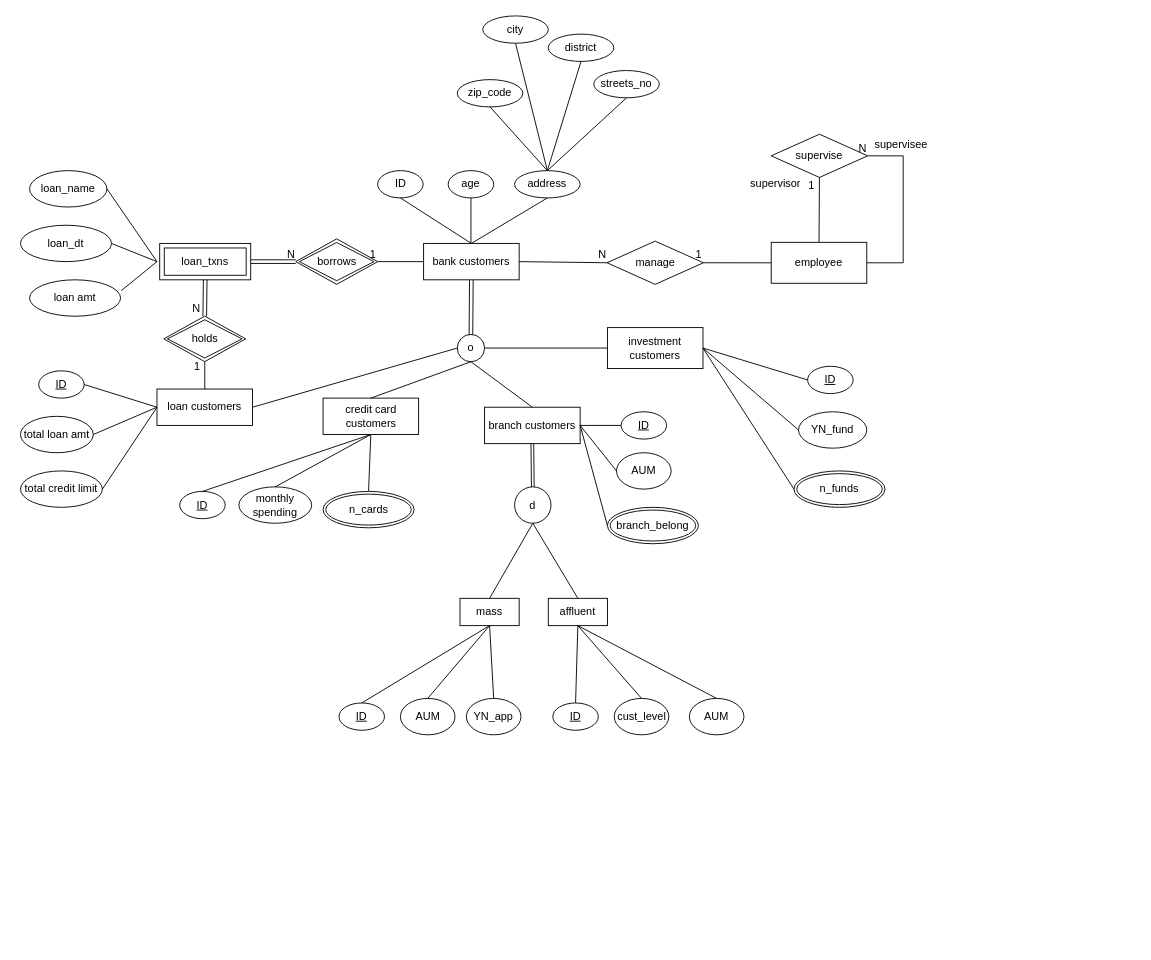
Earlier version of the draw.io diagram Homeworks/hw1.drawio (qqaazz800624/2023_Database_Systems_SQLtoNoSQL). Source tidied: cells renumbered, new cells numbered last; positions are measured from the earlier drawing's top-left corner, leaving out a move shared by most shapes. Both pictures are drawn from the tidied source at 91%, with x=0, y=0 at pixel (20, 15).
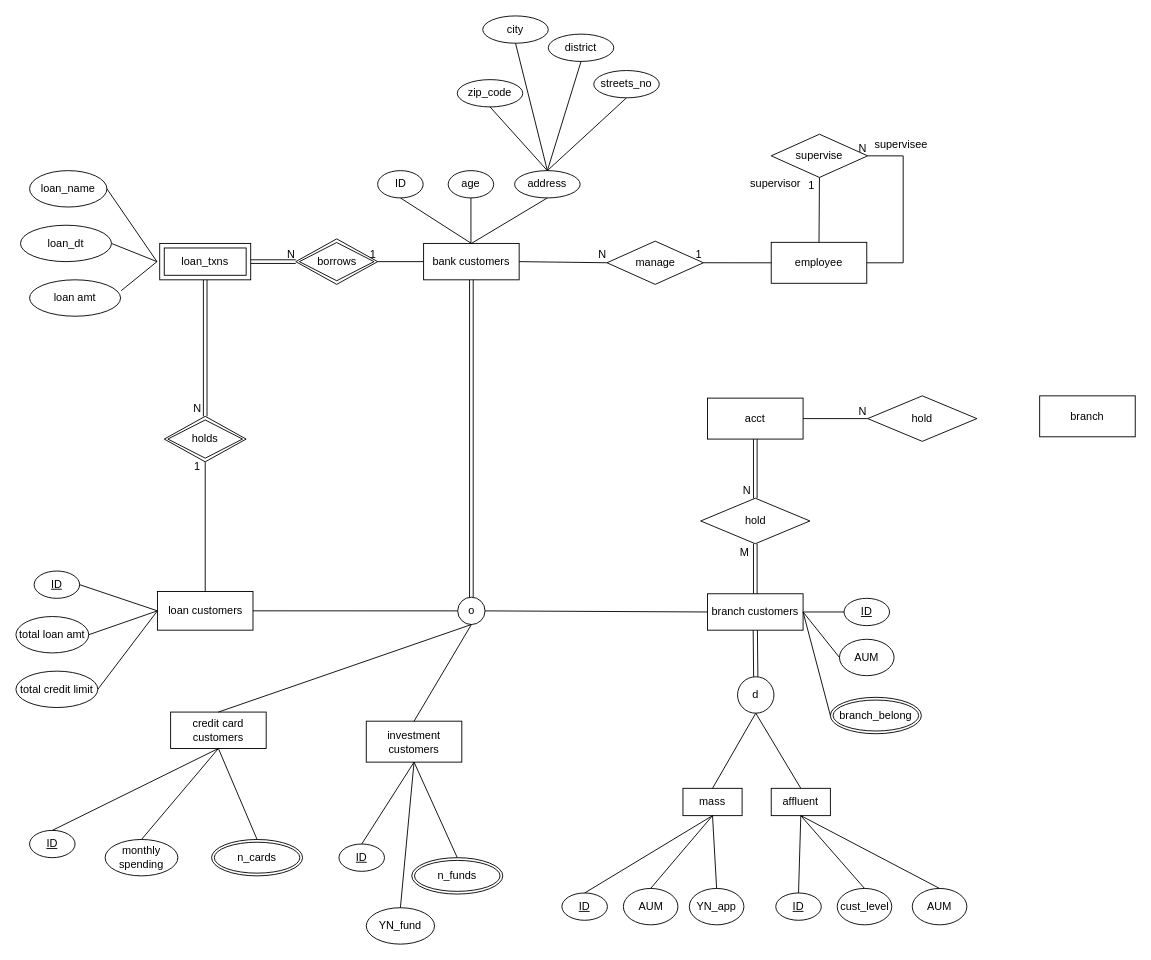
Above is the later version.

Change to the diagram source:
```diff
@@
     <mxCell id="3" value="credit card customers" style="rounded=0;whiteSpace=wrap;html=1;" parent="1" vertex="1">
-      <mxGeometry x="332.5" y="420" width="105" height="40" as="geometry" />
+      <mxGeometry x="165" y="765" width="105" height="40" as="geometry" />
     </mxCell>
     <mxCell id="4" value="branch customers" style="rounded=0;whiteSpace=wrap;html=1;" parent="1" vertex="1">
-      <mxGeometry x="510" y="430" width="105" height="40" as="geometry" />
+      <mxGeometry x="755" y="635" width="105" height="40" as="geometry" />
     </mxCell>
     <mxCell id="5" value="investment customers" style="rounded=0;whiteSpace=wrap;html=1;" parent="1" vertex="1">
-      <mxGeometry x="645" y="342.5" width="105" height="45" as="geometry" />
+      <mxGeometry x="380" y="775" width="105" height="45" as="geometry" />
     </mxCell>
     <mxCell id="6" value="o" style="ellipse;whiteSpace=wrap;html=1;" parent="1" vertex="1">
-      <mxGeometry x="480" y="350" width="30" height="30" as="geometry" />
+      <mxGeometry x="480.5" y="638.8" width="30" height="30" as="geometry" />
     </mxCell>
@@
-    <mxCell id="9" style="endArrow=none;html=1;rounded=0;entryX=0.5;entryY=1;entryDx=0;entryDy=0;exitX=0.5;exitY=0;exitDx=0;exitDy=0;" parent="1" edge="1" source="4" target="6">
-      <mxGeometry relative="1" as="geometry" />
-    </mxCell>
-    <mxCell id="10" style="endArrow=none;html=1;rounded=0;entryX=1;entryY=0.5;entryDx=0;entryDy=0;exitX=0;exitY=0.5;exitDx=0;exitDy=0;" parent="1" edge="1" source="5" target="6">
-      <mxGeometry relative="1" as="geometry" />
-    </mxCell>
@@
     <mxCell id="18" value="d" style="ellipse;whiteSpace=wrap;html=1;" parent="1" vertex="1">
-      <mxGeometry x="543" y="517.5" width="40" height="40" as="geometry" />
+      <mxGeometry x="788" y="726.2" width="40" height="40" as="geometry" />
     </mxCell>
     <mxCell id="19" value="mass" style="rounded=0;whiteSpace=wrap;html=1;" parent="1" vertex="1">
-      <mxGeometry x="483" y="640" width="65" height="30" as="geometry" />
+      <mxGeometry x="728" y="848.8" width="65" height="30" as="geometry" />
     </mxCell>
     <mxCell id="20" value="affluent" style="rounded=0;whiteSpace=wrap;html=1;" parent="1" vertex="1">
-      <mxGeometry x="580" y="640" width="65" height="30" as="geometry" />
+      <mxGeometry x="825" y="848.8" width="65" height="30" as="geometry" />
     </mxCell>
-    <mxCell id="21" style="shape=link;html=1;rounded=0;entryX=0.5;entryY=1;entryDx=0;entryDy=0;exitX=0.5;exitY=0;exitDx=0;exitDy=0;width=-3;" parent="1" edge="1" source="18" target="4">
+    <mxCell id="21" style="shape=link;html=1;rounded=0;entryX=0.5;entryY=1;entryDx=0;entryDy=0;width=4.666666666666666;exitX=0.5;exitY=0;exitDx=0;exitDy=0;" parent="1" edge="1" source="18" target="4">
       <mxGeometry relative="1" as="geometry" />
     </mxCell>
@@
     <mxCell id="24" value="loan customers" style="rounded=0;whiteSpace=wrap;html=1;" parent="1" vertex="1">
-      <mxGeometry x="150" y="410" width="105" height="40" as="geometry" />
+      <mxGeometry x="150.5" y="632.5" width="105" height="42.5" as="geometry" />
     </mxCell>
     <mxCell id="25" value="&lt;u&gt;ID&lt;/u&gt;" style="ellipse;whiteSpace=wrap;html=1;" parent="1" vertex="1">
-      <mxGeometry x="20" y="390" width="50" height="30" as="geometry" />
+      <mxGeometry x="15" y="610" width="50" height="30" as="geometry" />
     </mxCell>
     <mxCell id="26" value="total loan amt" style="ellipse;whiteSpace=wrap;html=1;" parent="1" vertex="1">
-      <mxGeometry y="440" width="80" height="40" as="geometry" />
+      <mxGeometry x="-5" y="660" width="80" height="40" as="geometry" />
     </mxCell>
     <mxCell id="27" value="total credit limit" style="ellipse;whiteSpace=wrap;html=1;" parent="1" vertex="1">
-      <mxGeometry y="500" width="90" height="40" as="geometry" />
+      <mxGeometry x="-5" y="720" width="90" height="40" as="geometry" />
     </mxCell>
@@
     <mxCell id="36" value="&lt;u&gt;ID&lt;/u&gt;" style="ellipse;whiteSpace=wrap;html=1;" parent="1" vertex="1">
-      <mxGeometry x="175" y="522.5" width="50" height="30" as="geometry" />
+      <mxGeometry x="10" y="895" width="50" height="30" as="geometry" />
     </mxCell>
     <mxCell id="37" value="monthly spending" style="ellipse;whiteSpace=wrap;html=1;" parent="1" vertex="1">
-      <mxGeometry x="240" y="517.5" width="80" height="40" as="geometry" />
+      <mxGeometry x="93" y="905" width="80" height="40" as="geometry" />
     </mxCell>
-    <mxCell id="38" style="edgeStyle=orthogonalEdgeStyle;rounded=0;orthogonalLoop=1;jettySize=auto;html=1;exitX=0.5;exitY=1;exitDx=0;exitDy=0;" parent="1" edge="1" source="37" target="37">
-      <mxGeometry relative="1" as="geometry" />
+    <mxCell id="38" style="edgeStyle=orthogonalEdgeStyle;rounded=0;orthogonalLoop=1;jettySize=auto;html=1;exitX=0.5;exitY=1;exitDx=0;exitDy=0;" parent="1" edge="1">
+      <mxGeometry relative="1" as="geometry">
+        <mxPoint x="157.5" y="940" as="sourcePoint" />
+        <mxPoint x="157.5" y="940" as="targetPoint" />
+      </mxGeometry>
     </mxCell>
@@
     <mxCell id="42" value="&lt;u&gt;ID&lt;/u&gt;" style="ellipse;whiteSpace=wrap;html=1;" parent="1" vertex="1">
-      <mxGeometry x="660" y="435" width="50" height="30" as="geometry" />
+      <mxGeometry x="905" y="640" width="50" height="30" as="geometry" />
     </mxCell>
     <mxCell id="43" value="AUM" style="ellipse;whiteSpace=wrap;html=1;" parent="1" vertex="1">
-      <mxGeometry x="655" y="480" width="60" height="40" as="geometry" />
+      <mxGeometry x="900" y="685" width="60" height="40" as="geometry" />
     </mxCell>
@@
     <mxCell id="46" value="branch_belong" style="ellipse;shape=doubleEllipse;margin=3;whiteSpace=wrap;html=1;align=center;" parent="1" vertex="1">
-      <mxGeometry x="645" y="540" width="100" height="40" as="geometry" />
+      <mxGeometry x="890" y="748.8" width="100" height="40" as="geometry" />
     </mxCell>
@@
     <mxCell id="56" value="n_cards" style="ellipse;shape=doubleEllipse;margin=3;whiteSpace=wrap;html=1;align=center;" parent="1" vertex="1">
-      <mxGeometry x="332.5" y="522.5" width="100" height="40" as="geometry" />
+      <mxGeometry x="210" y="905" width="100" height="40" as="geometry" />
     </mxCell>
     <mxCell id="57" value="&lt;u&gt;ID&lt;/u&gt;" style="ellipse;whiteSpace=wrap;html=1;" parent="1" vertex="1">
-      <mxGeometry x="350" y="755" width="50" height="30" as="geometry" />
+      <mxGeometry x="595" y="963.8" width="50" height="30" as="geometry" />
     </mxCell>
     <mxCell id="58" value="AUM" style="ellipse;whiteSpace=wrap;html=1;" parent="1" vertex="1">
-      <mxGeometry x="417.5" y="750" width="60" height="40" as="geometry" />
+      <mxGeometry x="662.5" y="958.8" width="60" height="40" as="geometry" />
     </mxCell>
     <mxCell id="59" value="YN_app" style="ellipse;whiteSpace=wrap;html=1;" parent="1" vertex="1">
-      <mxGeometry x="490" y="750" width="60" height="40" as="geometry" />
+      <mxGeometry x="735" y="958.8" width="60" height="40" as="geometry" />
     </mxCell>
@@
     <mxCell id="63" value="&lt;u&gt;ID&lt;/u&gt;" style="ellipse;whiteSpace=wrap;html=1;" parent="1" vertex="1">
-      <mxGeometry x="585" y="755" width="50" height="30" as="geometry" />
+      <mxGeometry x="830" y="963.8" width="50" height="30" as="geometry" />
     </mxCell>
     <mxCell id="64" value="cust_level" style="ellipse;whiteSpace=wrap;html=1;" parent="1" vertex="1">
-      <mxGeometry x="652.5" y="750" width="60" height="40" as="geometry" />
+      <mxGeometry x="897.5" y="958.8" width="60" height="40" as="geometry" />
     </mxCell>
     <mxCell id="65" value="AUM" style="ellipse;whiteSpace=wrap;html=1;" parent="1" vertex="1">
-      <mxGeometry x="735" y="750" width="60" height="40" as="geometry" />
+      <mxGeometry x="980" y="958.8" width="60" height="40" as="geometry" />
     </mxCell>
@@
     <mxCell id="69" value="&lt;u&gt;ID&lt;/u&gt;" style="ellipse;whiteSpace=wrap;html=1;" parent="1" vertex="1">
-      <mxGeometry x="865" y="385" width="50" height="30" as="geometry" />
+      <mxGeometry x="350" y="910" width="50" height="30" as="geometry" />
     </mxCell>
     <mxCell id="70" value="YN_fund" style="ellipse;whiteSpace=wrap;html=1;" parent="1" vertex="1">
-      <mxGeometry x="855" y="435" width="75" height="40" as="geometry" />
+      <mxGeometry x="380" y="980" width="75" height="40" as="geometry" />
     </mxCell>
     <mxCell id="71" value="n_funds" style="ellipse;shape=doubleEllipse;margin=3;whiteSpace=wrap;html=1;align=center;" parent="1" vertex="1">
-      <mxGeometry x="850" y="500" width="100" height="40" as="geometry" />
+      <mxGeometry x="430" y="925" width="100" height="40" as="geometry" />
     </mxCell>
-    <mxCell id="72" style="endArrow=none;html=1;rounded=0;entryX=1;entryY=0.5;entryDx=0;entryDy=0;exitX=0;exitY=0.5;exitDx=0;exitDy=0;" parent="1" edge="1" source="69" target="5">
-      <mxGeometry relative="1" as="geometry" />
-    </mxCell>
-    <mxCell id="73" style="endArrow=none;html=1;rounded=0;entryX=1;entryY=0.5;entryDx=0;entryDy=0;exitX=0;exitY=0.5;exitDx=0;exitDy=0;" parent="1" edge="1" source="70" target="5">
-      <mxGeometry relative="1" as="geometry" />
-    </mxCell>
-    <mxCell id="74" style="endArrow=none;html=1;rounded=0;entryX=1;entryY=0.5;entryDx=0;entryDy=0;exitX=0;exitY=0.5;exitDx=0;exitDy=0;" parent="1" edge="1" source="71" target="5">
-      <mxGeometry relative="1" as="geometry" />
-    </mxCell>
@@
     <mxCell id="82" value="holds" style="shape=rhombus;double=1;perimeter=rhombusPerimeter;whiteSpace=wrap;html=1;align=center;" parent="1" vertex="1">
-      <mxGeometry x="157.5" y="329.9" width="90" height="50" as="geometry" />
+      <mxGeometry x="158" y="440" width="90" height="50" as="geometry" />
     </mxCell>
@@
+    <mxCell id="100" value="acct" style="rounded=0;whiteSpace=wrap;html=1;" parent="1" vertex="1">
+      <mxGeometry x="755" y="420" width="105" height="45" as="geometry" />
+    </mxCell>
+    <mxCell id="101" value="hold" style="shape=rhombus;perimeter=rhombusPerimeter;whiteSpace=wrap;html=1;align=center;" parent="1" vertex="1">
+      <mxGeometry x="747.5" y="530" width="120" height="50" as="geometry" />
+    </mxCell>
+    <mxCell id="102" style="endArrow=none;html=1;rounded=0;entryX=0.5;entryY=0;entryDx=0;entryDy=0;exitX=0.5;exitY=1;exitDx=0;exitDy=0;" parent="1" edge="1" source="5" target="69">
+      <mxGeometry relative="1" as="geometry" />
+    </mxCell>
+    <mxCell id="103" style="endArrow=none;html=1;rounded=0;entryX=0.5;entryY=0;entryDx=0;entryDy=0;exitX=0.5;exitY=1;exitDx=0;exitDy=0;" parent="1" edge="1" source="5" target="70">
+      <mxGeometry relative="1" as="geometry" />
+    </mxCell>
+    <mxCell id="104" style="endArrow=none;html=1;rounded=0;entryX=0.5;entryY=0;entryDx=0;entryDy=0;exitX=0.5;exitY=1;exitDx=0;exitDy=0;" parent="1" edge="1" source="5" target="71">
+      <mxGeometry relative="1" as="geometry" />
+    </mxCell>
+    <mxCell id="105" style="endArrow=none;html=1;rounded=0;entryX=0.5;entryY=0;entryDx=0;entryDy=0;exitX=0.5;exitY=1;exitDx=0;exitDy=0;" parent="1" edge="1" source="6" target="5">
+      <mxGeometry relative="1" as="geometry" />
+    </mxCell>
+    <mxCell id="106" style="endArrow=none;html=1;rounded=0;entryX=0;entryY=0.5;entryDx=0;entryDy=0;exitX=1;exitY=0.5;exitDx=0;exitDy=0;" parent="1" edge="1" source="6" target="4">
+      <mxGeometry relative="1" as="geometry" />
+    </mxCell>
+    <mxCell id="107" style="shape=link;html=1;rounded=0;exitX=0.5;exitY=1;exitDx=0;exitDy=0;entryX=0.5;entryY=0;entryDx=0;entryDy=0;" parent="1" edge="1" source="100" target="101">
+      <mxGeometry relative="1" as="geometry" />
+    </mxCell>
+    <mxCell id="108" value="N" style="html=1;whiteSpace=wrap;align=right;verticalAlign=bottom;" parent="107" vertex="1">
+      <mxGeometry x="1" relative="1" as="geometry">
+        <mxPoint x="-4" as="offset" />
+      </mxGeometry>
+    </mxCell>
+    <mxCell id="109" style="shape=link;html=1;rounded=0;exitX=0.5;exitY=1;exitDx=0;exitDy=0;entryX=0.5;entryY=0;entryDx=0;entryDy=0;" parent="1" edge="1" source="101" target="4">
+      <mxGeometry relative="1" as="geometry" />
+    </mxCell>
+    <mxCell id="110" value="M" style="html=1;whiteSpace=wrap;align=left;verticalAlign=bottom;" parent="109" vertex="1">
+      <mxGeometry x="-1" relative="1" as="geometry">
+        <mxPoint x="-19" y="18" as="offset" />
+      </mxGeometry>
+    </mxCell>
+    <mxCell id="111" value="branch" style="rounded=0;whiteSpace=wrap;html=1;" parent="1" vertex="1">
+      <mxGeometry x="1120" y="417.5" width="105" height="45" as="geometry" />
+    </mxCell>
+    <mxCell id="112" value="hold" style="shape=rhombus;perimeter=rhombusPerimeter;whiteSpace=wrap;html=1;align=center;" parent="1" vertex="1">
+      <mxGeometry x="931" y="417.5" width="120" height="50" as="geometry" />
+    </mxCell>
+    <mxCell id="113" style="endArrow=none;html=1;rounded=0;entryX=0;entryY=0.5;entryDx=0;entryDy=0;exitX=1;exitY=0.5;exitDx=0;exitDy=0;" parent="1" edge="1" source="100" target="112">
+      <mxGeometry relative="1" as="geometry" />
+    </mxCell>
+    <mxCell id="114" value="N" style="html=1;whiteSpace=wrap;align=right;verticalAlign=bottom;" parent="113" vertex="1">
+      <mxGeometry x="1" relative="1" as="geometry" />
+    </mxCell>
```
